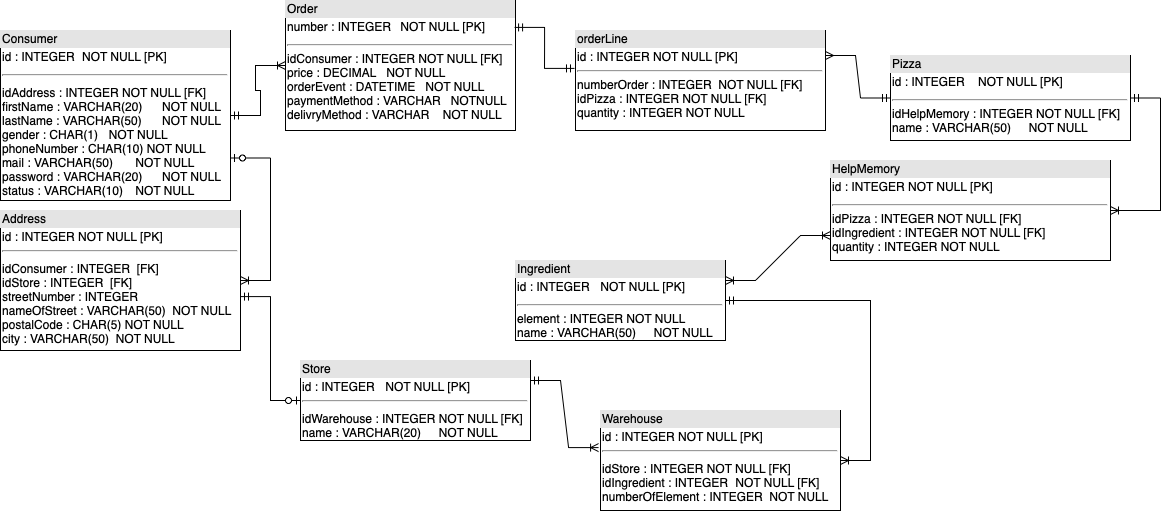
Above: diagramme_mpd.drawio.png in YvesC88/Project-7 (draw.io), before the change. Source tidied: cells renumbered, new cells last; positions are measured from the earlier drawing's top-left corner, leaving out a move shared by most shapes.
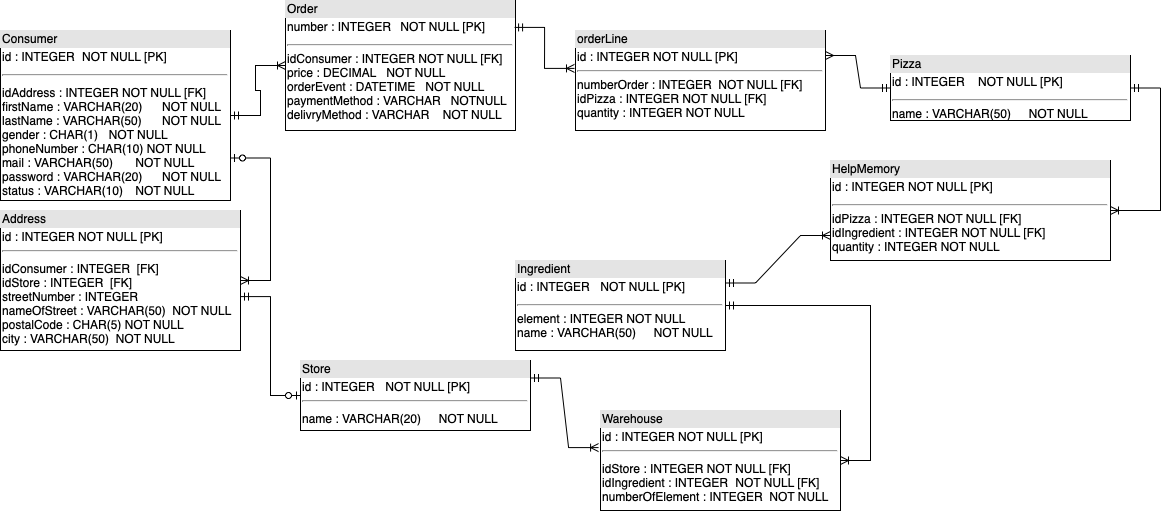
The same file after the commit.

Diff of the diagram source:
```diff
@@ -8,17 +8,17 @@
     <mxCell id="3" value="&lt;div style=&quot;box-sizing: border-box ; width: 100% ; background: #e4e4e4 ; padding: 2px&quot;&gt;Order&lt;/div&gt;&lt;table style=&quot;width: 100% ; font-size: 1em&quot; cellpadding=&quot;2&quot; cellspacing=&quot;0&quot;&gt;&lt;tbody&gt;&lt;tr&gt;&lt;td&gt;number : INTEGER&lt;span style=&quot;white-space: pre&quot;&gt;&#9;&lt;/span&gt;&lt;span&gt;&amp;nbsp;&lt;span&gt;&#9;&lt;/span&gt;&lt;/span&gt;NOT NULL [PK]&lt;/td&gt;&lt;/tr&gt;&lt;tr&gt;&lt;td&gt;&lt;hr&gt;idConsumer : INTEGER NOT NULL [FK]&lt;br&gt;price : DECIMAL&lt;span&gt;&amp;nbsp; &amp;nbsp;&lt;/span&gt;NOT NULL&lt;br&gt;orderEvent : DATETIME &amp;nbsp;&amp;nbsp;&lt;span&gt;&lt;/span&gt;NOT NULL&lt;br&gt;paymentMethod : VARCHAR &amp;nbsp;&amp;nbsp;&lt;span&gt;&lt;span&gt;&lt;/span&gt;&lt;/span&gt;NOTNULL&lt;br&gt;delivryMethod : VARCHAR&lt;span&gt;&#9;&lt;/span&gt;&amp;nbsp; &amp;nbsp;NOT NULL&lt;br&gt;&lt;/td&gt;&lt;/tr&gt;&lt;tr&gt;&lt;td&gt;&lt;/td&gt;&lt;/tr&gt;&lt;/tbody&gt;&lt;/table&gt;" style="verticalAlign=top;align=left;overflow=fill;html=1;" parent="1" vertex="1">
       <mxGeometry x="285" width="230" height="130" as="geometry" />
     </mxCell>
-    <mxCell id="4" value="&lt;div style=&quot;box-sizing: border-box ; width: 100% ; background: #e4e4e4 ; padding: 2px&quot;&gt;Pizza&lt;/div&gt;&lt;table style=&quot;width: 100% ; font-size: 1em&quot; cellpadding=&quot;2&quot; cellspacing=&quot;0&quot;&gt;&lt;tbody&gt;&lt;tr&gt;&lt;td&gt;id : INTEGER &amp;nbsp; &amp;nbsp;NOT NULL [PK]&lt;br&gt;&lt;/td&gt;&lt;/tr&gt;&lt;tr&gt;&lt;td&gt;&lt;hr&gt;idHelpMemory : INTEGER NOT NULL [FK]&lt;br&gt;name : VARCHAR(50)&lt;span&gt;&#9;&lt;span style=&quot;white-space: pre&quot;&gt;&#9;&lt;/span&gt;&lt;/span&gt; NOT NULL&lt;br&gt;&lt;br&gt;&lt;/td&gt;&lt;/tr&gt;&lt;tr&gt;&lt;td&gt;&lt;/td&gt;&lt;/tr&gt;&lt;/tbody&gt;&lt;/table&gt;" style="verticalAlign=top;align=left;overflow=fill;html=1;" parent="1" vertex="1">
-      <mxGeometry x="890" y="55" width="240" height="85" as="geometry" />
+    <mxCell id="4" value="&lt;div style=&quot;box-sizing: border-box ; width: 100% ; background: #e4e4e4 ; padding: 2px&quot;&gt;Pizza&lt;/div&gt;&lt;table style=&quot;width: 100% ; font-size: 1em&quot; cellpadding=&quot;2&quot; cellspacing=&quot;0&quot;&gt;&lt;tbody&gt;&lt;tr&gt;&lt;td&gt;id : INTEGER &amp;nbsp; &amp;nbsp;NOT NULL [PK]&lt;br&gt;&lt;/td&gt;&lt;/tr&gt;&lt;tr&gt;&lt;td&gt;&lt;hr&gt;name : VARCHAR(50)&lt;span&gt;&#9;&lt;span style=&quot;white-space: pre&quot;&gt;&#9;&lt;/span&gt;&lt;/span&gt; NOT NULL&lt;br&gt;&lt;br&gt;&lt;/td&gt;&lt;/tr&gt;&lt;tr&gt;&lt;td&gt;&lt;/td&gt;&lt;/tr&gt;&lt;/tbody&gt;&lt;/table&gt;" style="verticalAlign=top;align=left;overflow=fill;html=1;" parent="1" vertex="1">
+      <mxGeometry x="890" y="55" width="240" height="65" as="geometry" />
     </mxCell>
     <mxCell id="5" value="&lt;div style=&quot;box-sizing: border-box ; width: 100% ; background: #e4e4e4 ; padding: 2px&quot;&gt;Ingredient&lt;/div&gt;&lt;table style=&quot;width: 100% ; font-size: 1em&quot; cellpadding=&quot;2&quot; cellspacing=&quot;0&quot;&gt;&lt;tbody&gt;&lt;tr&gt;&lt;td&gt;id : INTEGER&lt;span style=&quot;white-space: pre&quot;&gt;&#9;&lt;/span&gt; NOT NULL [PK]&lt;br&gt;&lt;/td&gt;&lt;/tr&gt;&lt;tr&gt;&lt;td&gt;&lt;hr&gt;element : INTEGER NOT NULL&lt;br&gt;name : VARCHAR(50)&lt;span style=&quot;white-space: pre&quot;&gt;&#9;&lt;/span&gt; NOT NULL&lt;br&gt;&lt;/td&gt;&lt;/tr&gt;&lt;tr&gt;&lt;td&gt;&lt;/td&gt;&lt;/tr&gt;&lt;/tbody&gt;&lt;/table&gt;" style="verticalAlign=top;align=left;overflow=fill;html=1;" parent="1" vertex="1">
-      <mxGeometry x="515" y="260" width="210" height="80" as="geometry" />
+      <mxGeometry x="515" y="260" width="210" height="90" as="geometry" />
     </mxCell>
     <mxCell id="6" value="&lt;div style=&quot;box-sizing: border-box ; width: 100% ; background: #e4e4e4 ; padding: 2px&quot;&gt;Warehouse&lt;/div&gt;&lt;table style=&quot;width: 100% ; font-size: 1em&quot; cellpadding=&quot;2&quot; cellspacing=&quot;0&quot;&gt;&lt;tbody&gt;&lt;tr&gt;&lt;td&gt;id : INTEGER NOT NULL [PK]&lt;br&gt;&lt;hr&gt;&lt;/td&gt;&lt;/tr&gt;&lt;tr&gt;&lt;td&gt;idStore : INTEGER NOT NULL [FK]&lt;br&gt;idIngredient : INTEGER &lt;span style=&quot;white-space: pre&quot;&gt;&#9;&lt;/span&gt;NOT NULL [FK]&lt;br&gt;numberOfElement : INTEGER&lt;span&gt;&#9;&lt;/span&gt;&amp;nbsp;NOT NULL&lt;br&gt;&lt;/td&gt;&lt;/tr&gt;&lt;tr&gt;&lt;td&gt;&lt;/td&gt;&lt;/tr&gt;&lt;/tbody&gt;&lt;/table&gt;" style="verticalAlign=top;align=left;overflow=fill;html=1;" parent="1" vertex="1">
       <mxGeometry x="600" y="410" width="240" height="100" as="geometry" />
     </mxCell>
-    <mxCell id="7" value="&lt;div style=&quot;box-sizing: border-box ; width: 100% ; background: #e4e4e4 ; padding: 2px&quot;&gt;Store&lt;/div&gt;&lt;table style=&quot;width: 100% ; font-size: 1em&quot; cellpadding=&quot;2&quot; cellspacing=&quot;0&quot;&gt;&lt;tbody&gt;&lt;tr&gt;&lt;td&gt;id : INTEGER&lt;span style=&quot;white-space: pre&quot;&gt;&#9;&lt;/span&gt; NOT NULL [PK]&lt;br&gt;&lt;hr&gt;&lt;/td&gt;&lt;/tr&gt;&lt;tr&gt;&lt;td&gt;idWarehouse : INTEGER NOT NULL [FK]&lt;br&gt;name : VARCHAR(20)&lt;span style=&quot;white-space: pre&quot;&gt;&#9;&lt;/span&gt; NOT NULL&lt;br&gt;&lt;/td&gt;&lt;/tr&gt;&lt;tr&gt;&lt;td&gt;&lt;/td&gt;&lt;/tr&gt;&lt;/tbody&gt;&lt;/table&gt;" style="verticalAlign=top;align=left;overflow=fill;html=1;" parent="1" vertex="1">
-      <mxGeometry x="300" y="360" width="230" height="80" as="geometry" />
+    <mxCell id="7" value="&lt;div style=&quot;box-sizing: border-box ; width: 100% ; background: #e4e4e4 ; padding: 2px&quot;&gt;Store&lt;/div&gt;&lt;table style=&quot;width: 100% ; font-size: 1em&quot; cellpadding=&quot;2&quot; cellspacing=&quot;0&quot;&gt;&lt;tbody&gt;&lt;tr&gt;&lt;td&gt;id : INTEGER&lt;span style=&quot;white-space: pre&quot;&gt;&#9;&lt;/span&gt; NOT NULL [PK]&lt;br&gt;&lt;hr&gt;&lt;/td&gt;&lt;/tr&gt;&lt;tr&gt;&lt;td&gt;name : VARCHAR(20)&lt;span style=&quot;white-space: pre&quot;&gt;&#9;&lt;/span&gt; NOT NULL&lt;br&gt;&lt;/td&gt;&lt;/tr&gt;&lt;tr&gt;&lt;td&gt;&lt;/td&gt;&lt;/tr&gt;&lt;/tbody&gt;&lt;/table&gt;" style="verticalAlign=top;align=left;overflow=fill;html=1;" parent="1" vertex="1">
+      <mxGeometry x="300" y="360" width="230" height="70" as="geometry" />
     </mxCell>
     <mxCell id="8" value="&lt;div style=&quot;box-sizing: border-box ; width: 100% ; background: #e4e4e4 ; padding: 2px&quot;&gt;Address&lt;/div&gt;&lt;table style=&quot;width: 100% ; font-size: 1em&quot; cellpadding=&quot;2&quot; cellspacing=&quot;0&quot;&gt;&lt;tbody&gt;&lt;tr&gt;&lt;td&gt;id : INTEGER NOT NULL [PK]&lt;hr&gt;&lt;/td&gt;&lt;/tr&gt;&lt;tr&gt;&lt;td&gt;idConsumer : INTEGER &amp;nbsp;[FK]&lt;br&gt;idStore : INTEGER &amp;nbsp;[FK]&lt;br&gt;streetNumber : INTEGER&lt;br&gt;nameOfStreet : VARCHAR(50)&amp;nbsp;&lt;span&gt;&#9;&lt;/span&gt;NOT NULL&lt;br&gt;postalCode : CHAR(5) &lt;span&gt;&#9;&lt;/span&gt;NOT NULL&lt;br&gt;city : VARCHAR(50)&amp;nbsp;&lt;span&gt;&#9;&lt;/span&gt;NOT NULL&lt;/td&gt;&lt;/tr&gt;&lt;tr&gt;&lt;td&gt;&lt;/td&gt;&lt;/tr&gt;&lt;/tbody&gt;&lt;/table&gt;" style="verticalAlign=top;align=left;overflow=fill;html=1;" parent="1" vertex="1">
       <mxGeometry y="210" width="240" height="140" as="geometry" />
@@ -32,7 +32,7 @@
     <mxCell id="11" style="edgeStyle=entityRelationEdgeStyle;fontSize=12;html=1;endArrow=ERmandOne;startArrow=ERoneToMany;rounded=0;startFill=0;" parent="1" edge="1" source="10" target="4">
       <mxGeometry relative="1" as="geometry" />
     </mxCell>
-    <mxCell id="12" style="edgeStyle=entityRelationEdgeStyle;fontSize=12;html=1;endArrow=ERoneToMany;startArrow=ERoneToMany;rounded=0;entryX=0;entryY=0.75;entryDx=0;entryDy=0;exitX=1;exitY=0.25;exitDx=0;exitDy=0;endFill=0;startFill=0;" parent="1" edge="1" source="5" target="10">
+    <mxCell id="12" style="edgeStyle=entityRelationEdgeStyle;fontSize=12;html=1;endArrow=ERoneToMany;startArrow=ERmandOne;rounded=0;entryX=0;entryY=0.75;entryDx=0;entryDy=0;exitX=1;exitY=0.25;exitDx=0;exitDy=0;endFill=0;startFill=0;" parent="1" edge="1" source="5" target="10">
       <mxGeometry relative="1" as="geometry" />
     </mxCell>
     <mxCell id="13" style="edgeStyle=entityRelationEdgeStyle;fontSize=12;html=1;endArrow=ERoneToMany;startArrow=ERmandOne;rounded=0;exitX=1;exitY=0.25;exitDx=0;exitDy=0;entryX=-0.008;entryY=0.371;entryDx=0;entryDy=0;entryPerimeter=0;startFill=0;endFill=0;" parent="1" edge="1" source="7" target="6">
@@ -41,7 +41,7 @@
     <mxCell id="14" value="&lt;div style=&quot;box-sizing: border-box ; width: 100% ; background: #e4e4e4 ; padding: 2px&quot;&gt;orderLine&lt;/div&gt;&lt;table style=&quot;width: 100% ; font-size: 1em&quot; cellpadding=&quot;2&quot; cellspacing=&quot;0&quot;&gt;&lt;tbody&gt;&lt;tr&gt;&lt;td&gt;id : INTEGER NOT NULL [PK]&lt;br&gt;&lt;hr&gt;numberOrder : INTEGER&amp;nbsp;&lt;span&gt;&#9;&lt;/span&gt;NOT NULL [FK]&lt;br&gt;idPizza : INTEGER &lt;span&gt;&#9;&lt;/span&gt;NOT NULL [FK]&lt;br&gt;quantity : INTEGER NOT NULL&lt;/td&gt;&lt;/tr&gt;&lt;tr&gt;&lt;td&gt;&lt;br&gt;&lt;/td&gt;&lt;/tr&gt;&lt;tr&gt;&lt;td&gt;&lt;/td&gt;&lt;/tr&gt;&lt;/tbody&gt;&lt;/table&gt;" style="verticalAlign=top;align=left;overflow=fill;html=1;" parent="1" vertex="1">
       <mxGeometry x="575" y="30" width="250" height="100" as="geometry" />
     </mxCell>
-    <mxCell id="15" style="edgeStyle=entityRelationEdgeStyle;fontSize=12;html=1;endArrow=ERmandOne;startArrow=ERmandOne;rounded=0;exitX=0.996;exitY=0.207;exitDx=0;exitDy=0;exitPerimeter=0;entryX=-0.004;entryY=0.379;entryDx=0;entryDy=0;entryPerimeter=0;" parent="1" edge="1" source="3" target="14">
+    <mxCell id="15" style="edgeStyle=entityRelationEdgeStyle;fontSize=12;html=1;endArrow=ERoneToMany;startArrow=ERmandOne;rounded=0;exitX=0.996;exitY=0.207;exitDx=0;exitDy=0;exitPerimeter=0;entryX=-0.004;entryY=0.379;entryDx=0;entryDy=0;entryPerimeter=0;endFill=0;" parent="1" edge="1" source="3" target="14">
       <mxGeometry relative="1" as="geometry" />
     </mxCell>
     <mxCell id="16" style="edgeStyle=entityRelationEdgeStyle;fontSize=12;html=1;endArrow=ERmandOne;startArrow=ERoneToMany;rounded=0;startFill=0;endFill=0;" parent="1" edge="1" source="6" target="5">
```
